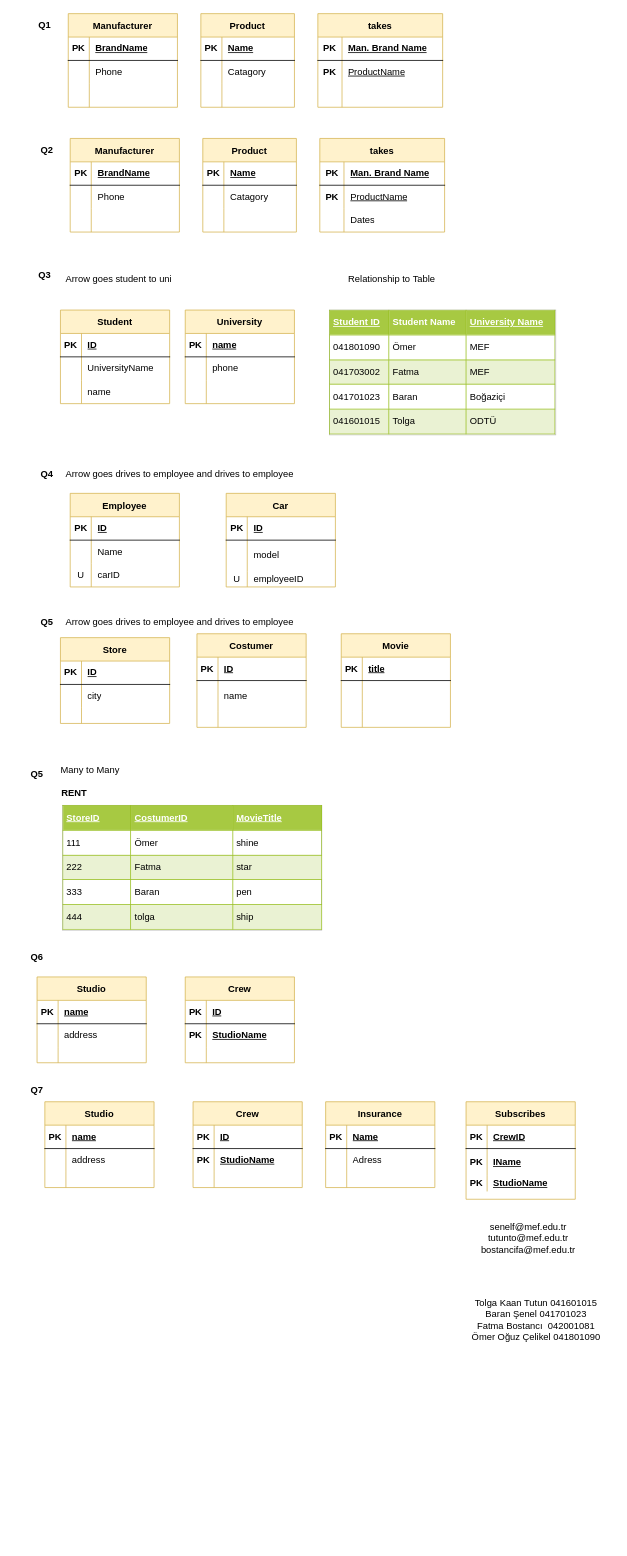
Above: page "Page-3" (3 of 3) of Untitled Diagram.drawio in OguzCelikel/Arduino (draw.io), before the change. Source tidied: cells renumbered, new cells numbered last; positions are measured from the earlier drawing's top-left corner, leaving out a move shared by most shapes. Both pictures are drawn from the tidied source at 78%, with x=0, y=0 at pixel (13, 13).
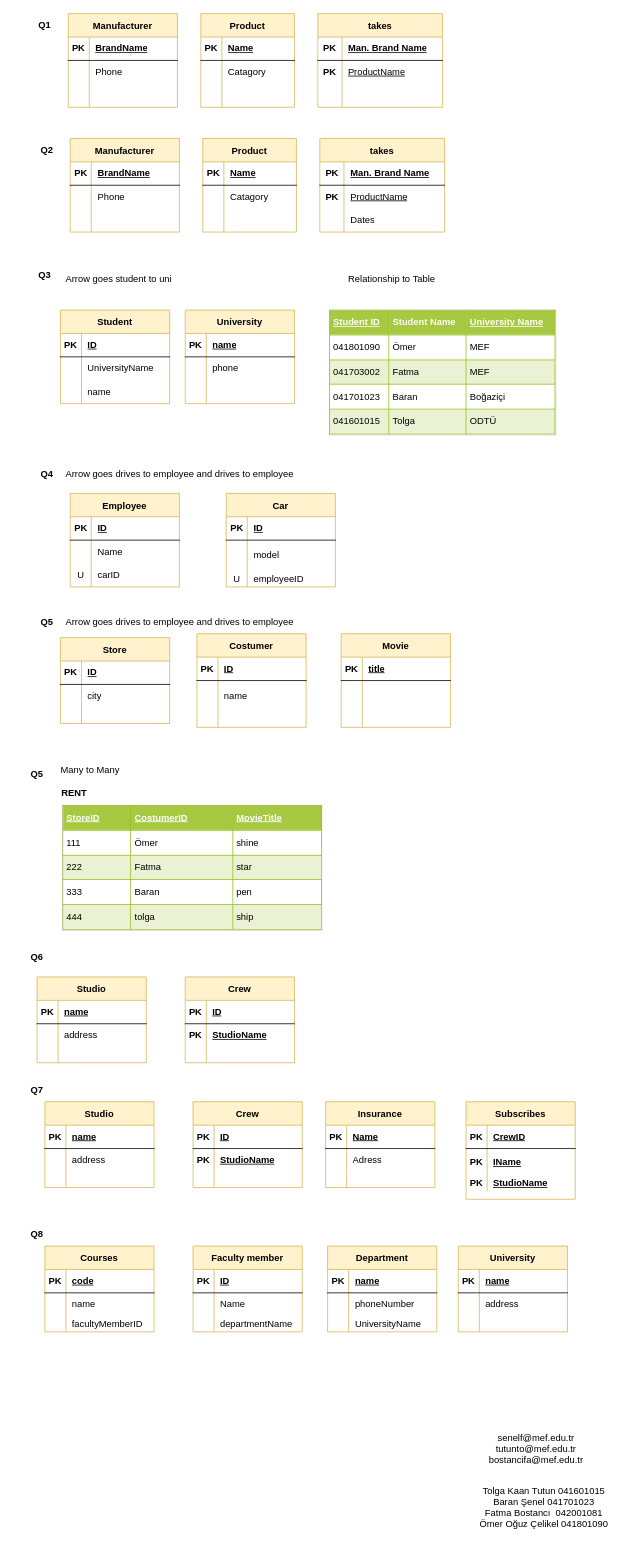
Above is the later version.

The edit, as a diff of the source:
```diff
@@
     <mxCell id="110" value="senelf@mef.edu.tr&lt;br&gt;tutunto@mef.edu.tr&lt;br&gt;bostancifa@mef.edu.tr" style="text;html=1;strokeColor=none;fillColor=none;align=center;verticalAlign=middle;whiteSpace=wrap;rounded=0;" parent="1" vertex="1">
-      <mxGeometry x="570" y="1540" width="180" height="60" as="geometry" />
+      <mxGeometry x="580" y="1810" width="180" height="60" as="geometry" />
     </mxCell>
@@
     <mxCell id="209" value="Tolga Kaan Tutun 041601015&lt;br&gt;Baran Şenel 041701023&lt;br&gt;Fatma Bostancı &amp;nbsp;042001081&lt;br&gt;Ömer Oğuz Çelikel 041801090" style="text;html=1;strokeColor=none;fillColor=none;align=center;verticalAlign=middle;whiteSpace=wrap;rounded=0;" parent="1" vertex="1">
-      <mxGeometry x="580" y="1630" width="180" height="90" as="geometry" />
+      <mxGeometry x="590" y="1870" width="180" height="90" as="geometry" />
     </mxCell>
+    <mxCell id="210" value="&lt;b&gt;Q8&lt;/b&gt;" style="text;html=1;strokeColor=none;fillColor=none;align=center;verticalAlign=middle;whiteSpace=wrap;rounded=0;" parent="1" vertex="1">
+      <mxGeometry y="1550" width="60" height="30" as="geometry" />
+    </mxCell>
+    <mxCell id="211" value="Courses" style="shape=table;startSize=30;childLayout=tableLayout;rowLines=0;fontStyle=1;align=center;fillColor=#fff2cc;strokeColor=#d6b656;" parent="1" vertex="1">
+      <mxGeometry x="40" y="1580" width="140" height="110" as="geometry" />
+    </mxCell>
+    <mxCell id="212" style="shape=partialRectangle;html=1;whiteSpace=wrap;fillColor=none;top=0;left=0;bottom=1;right=0;" parent="211" vertex="1">
+      <mxGeometry y="30" width="140" height="30" as="geometry" />
+    </mxCell>
+    <mxCell id="213" value="&lt;b&gt;PK&lt;/b&gt;" style="shape=partialRectangle;html=1;whiteSpace=wrap;fillColor=none;top=0;left=0;bottom=0;right=0;overflow=hidden;" parent="212" vertex="1">
+      <mxGeometry width="27" height="30" as="geometry" />
+    </mxCell>
+    <mxCell id="214" value="&lt;u&gt;&lt;b&gt;code&lt;/b&gt;&lt;/u&gt;" style="shape=partialRectangle;html=1;whiteSpace=wrap;fillColor=none;top=0;left=0;bottom=0;right=0;align=left;spacingLeft=6;overflow=hidden;" parent="212" vertex="1">
+      <mxGeometry x="27" width="113" height="30" as="geometry" />
+    </mxCell>
+    <mxCell id="215" style="shape=partialRectangle;html=1;whiteSpace=wrap;fillColor=none;top=0;left=0;bottom=0;right=0;" parent="211" vertex="1">
+      <mxGeometry y="60" width="140" height="30" as="geometry" />
+    </mxCell>
+    <mxCell id="216" style="shape=partialRectangle;html=1;whiteSpace=wrap;fillColor=none;top=0;left=0;bottom=0;right=0;overflow=hidden;" parent="215" vertex="1">
+      <mxGeometry width="27" height="30" as="geometry" />
+    </mxCell>
+    <mxCell id="217" value="name" style="shape=partialRectangle;html=1;whiteSpace=wrap;fillColor=none;top=0;left=0;bottom=0;right=0;align=left;spacingLeft=6;overflow=hidden;" parent="215" vertex="1">
+      <mxGeometry x="27" width="113" height="30" as="geometry" />
+    </mxCell>
+    <mxCell id="218" style="shape=partialRectangle;html=1;whiteSpace=wrap;fillColor=none;top=0;left=0;bottom=0;right=0;" parent="211" vertex="1">
+      <mxGeometry y="90" width="140" height="20" as="geometry" />
+    </mxCell>
+    <mxCell id="219" style="shape=partialRectangle;html=1;whiteSpace=wrap;fillColor=none;top=0;left=0;bottom=0;right=0;overflow=hidden;" parent="218" vertex="1">
+      <mxGeometry width="27" height="20" as="geometry" />
+    </mxCell>
+    <mxCell id="220" value="facultyMemberID" style="shape=partialRectangle;html=1;whiteSpace=wrap;fillColor=none;top=0;left=0;bottom=0;right=0;align=left;spacingLeft=6;overflow=hidden;" parent="218" vertex="1">
+      <mxGeometry x="27" width="113" height="20" as="geometry" />
+    </mxCell>
+    <mxCell id="221" value="Faculty member" style="shape=table;startSize=30;childLayout=tableLayout;rowLines=0;fontStyle=1;align=center;fillColor=#fff2cc;strokeColor=#d6b656;" parent="1" vertex="1">
+      <mxGeometry x="230" y="1580" width="140" height="110" as="geometry" />
+    </mxCell>
+    <mxCell id="222" style="shape=partialRectangle;html=1;whiteSpace=wrap;fillColor=none;top=0;left=0;bottom=1;right=0;" parent="221" vertex="1">
+      <mxGeometry y="30" width="140" height="30" as="geometry" />
+    </mxCell>
+    <mxCell id="223" value="&lt;b&gt;PK&lt;/b&gt;" style="shape=partialRectangle;html=1;whiteSpace=wrap;fillColor=none;top=0;left=0;bottom=0;right=0;overflow=hidden;" parent="222" vertex="1">
+      <mxGeometry width="27" height="30" as="geometry" />
+    </mxCell>
+    <mxCell id="224" value="&lt;u&gt;&lt;b&gt;ID&lt;/b&gt;&lt;/u&gt;" style="shape=partialRectangle;html=1;whiteSpace=wrap;fillColor=none;top=0;left=0;bottom=0;right=0;align=left;spacingLeft=6;overflow=hidden;" parent="222" vertex="1">
+      <mxGeometry x="27" width="113" height="30" as="geometry" />
+    </mxCell>
+    <mxCell id="225" style="shape=partialRectangle;html=1;whiteSpace=wrap;fillColor=none;top=0;left=0;bottom=0;right=0;" parent="221" vertex="1">
+      <mxGeometry y="60" width="140" height="30" as="geometry" />
+    </mxCell>
+    <mxCell id="226" style="shape=partialRectangle;html=1;whiteSpace=wrap;fillColor=none;top=0;left=0;bottom=0;right=0;overflow=hidden;" parent="225" vertex="1">
+      <mxGeometry width="27" height="30" as="geometry" />
+    </mxCell>
+    <mxCell id="227" value="Name" style="shape=partialRectangle;html=1;whiteSpace=wrap;fillColor=none;top=0;left=0;bottom=0;right=0;align=left;spacingLeft=6;overflow=hidden;" parent="225" vertex="1">
+      <mxGeometry x="27" width="113" height="30" as="geometry" />
+    </mxCell>
+    <mxCell id="228" style="shape=partialRectangle;html=1;whiteSpace=wrap;fillColor=none;top=0;left=0;bottom=0;right=0;" parent="221" vertex="1">
+      <mxGeometry y="90" width="140" height="20" as="geometry" />
+    </mxCell>
+    <mxCell id="229" style="shape=partialRectangle;html=1;whiteSpace=wrap;fillColor=none;top=0;left=0;bottom=0;right=0;overflow=hidden;" parent="228" vertex="1">
+      <mxGeometry width="27" height="20" as="geometry" />
+    </mxCell>
+    <mxCell id="230" value="departmentName" style="shape=partialRectangle;html=1;whiteSpace=wrap;fillColor=none;top=0;left=0;bottom=0;right=0;align=left;spacingLeft=6;overflow=hidden;" parent="228" vertex="1">
+      <mxGeometry x="27" width="113" height="20" as="geometry" />
+    </mxCell>
+    <mxCell id="231" value="Department" style="shape=table;startSize=30;childLayout=tableLayout;rowLines=0;fontStyle=1;align=center;fillColor=#fff2cc;strokeColor=#d6b656;" parent="1" vertex="1">
+      <mxGeometry x="402.5" y="1580" width="140" height="110" as="geometry" />
+    </mxCell>
+    <mxCell id="232" style="shape=partialRectangle;html=1;whiteSpace=wrap;fillColor=none;top=0;left=0;bottom=1;right=0;" parent="231" vertex="1">
+      <mxGeometry y="30" width="140" height="30" as="geometry" />
+    </mxCell>
+    <mxCell id="233" value="&lt;b&gt;PK&lt;/b&gt;" style="shape=partialRectangle;html=1;whiteSpace=wrap;fillColor=none;top=0;left=0;bottom=0;right=0;overflow=hidden;" parent="232" vertex="1">
+      <mxGeometry width="27" height="30" as="geometry" />
+    </mxCell>
+    <mxCell id="234" value="&lt;u&gt;&lt;b&gt;name&lt;/b&gt;&lt;/u&gt;" style="shape=partialRectangle;html=1;whiteSpace=wrap;fillColor=none;top=0;left=0;bottom=0;right=0;align=left;spacingLeft=6;overflow=hidden;" parent="232" vertex="1">
+      <mxGeometry x="27" width="113" height="30" as="geometry" />
+    </mxCell>
+    <mxCell id="235" style="shape=partialRectangle;html=1;whiteSpace=wrap;fillColor=none;top=0;left=0;bottom=0;right=0;" parent="231" vertex="1">
+      <mxGeometry y="60" width="140" height="30" as="geometry" />
+    </mxCell>
+    <mxCell id="236" style="shape=partialRectangle;html=1;whiteSpace=wrap;fillColor=none;top=0;left=0;bottom=0;right=0;overflow=hidden;" parent="235" vertex="1">
+      <mxGeometry width="27" height="30" as="geometry" />
+    </mxCell>
+    <mxCell id="237" value="phoneNumber" style="shape=partialRectangle;html=1;whiteSpace=wrap;fillColor=none;top=0;left=0;bottom=0;right=0;align=left;spacingLeft=6;overflow=hidden;" parent="235" vertex="1">
+      <mxGeometry x="27" width="113" height="30" as="geometry" />
+    </mxCell>
+    <mxCell id="238" style="shape=partialRectangle;html=1;whiteSpace=wrap;fillColor=none;top=0;left=0;bottom=0;right=0;" parent="231" vertex="1">
+      <mxGeometry y="90" width="140" height="20" as="geometry" />
+    </mxCell>
+    <mxCell id="239" style="shape=partialRectangle;html=1;whiteSpace=wrap;fillColor=none;top=0;left=0;bottom=0;right=0;overflow=hidden;" parent="238" vertex="1">
+      <mxGeometry width="27" height="20" as="geometry" />
+    </mxCell>
+    <mxCell id="240" value="UniversityName" style="shape=partialRectangle;html=1;whiteSpace=wrap;fillColor=none;top=0;left=0;bottom=0;right=0;align=left;spacingLeft=6;overflow=hidden;" parent="238" vertex="1">
+      <mxGeometry x="27" width="113" height="20" as="geometry" />
+    </mxCell>
+    <mxCell id="241" value="University" style="shape=table;startSize=30;childLayout=tableLayout;rowLines=0;fontStyle=1;align=center;fillColor=#fff2cc;strokeColor=#d6b656;" parent="1" vertex="1">
+      <mxGeometry x="570" y="1580" width="140" height="110" as="geometry" />
+    </mxCell>
+    <mxCell id="242" style="shape=partialRectangle;html=1;whiteSpace=wrap;fillColor=none;top=0;left=0;bottom=1;right=0;" parent="241" vertex="1">
+      <mxGeometry y="30" width="140" height="30" as="geometry" />
+    </mxCell>
+    <mxCell id="243" value="&lt;b&gt;PK&lt;/b&gt;" style="shape=partialRectangle;html=1;whiteSpace=wrap;fillColor=none;top=0;left=0;bottom=0;right=0;overflow=hidden;" parent="242" vertex="1">
+      <mxGeometry width="27" height="30" as="geometry" />
+    </mxCell>
+    <mxCell id="244" value="&lt;u&gt;&lt;b&gt;name&lt;/b&gt;&lt;/u&gt;" style="shape=partialRectangle;html=1;whiteSpace=wrap;fillColor=none;top=0;left=0;bottom=0;right=0;align=left;spacingLeft=6;overflow=hidden;" parent="242" vertex="1">
+      <mxGeometry x="27" width="113" height="30" as="geometry" />
+    </mxCell>
+    <mxCell id="245" style="shape=partialRectangle;html=1;whiteSpace=wrap;fillColor=none;top=0;left=0;bottom=0;right=0;" parent="241" vertex="1">
+      <mxGeometry y="60" width="140" height="30" as="geometry" />
+    </mxCell>
+    <mxCell id="246" style="shape=partialRectangle;html=1;whiteSpace=wrap;fillColor=none;top=0;left=0;bottom=0;right=0;overflow=hidden;" parent="245" vertex="1">
+      <mxGeometry width="27" height="30" as="geometry" />
+    </mxCell>
+    <mxCell id="247" value="address" style="shape=partialRectangle;html=1;whiteSpace=wrap;fillColor=none;top=0;left=0;bottom=0;right=0;align=left;spacingLeft=6;overflow=hidden;" parent="245" vertex="1">
+      <mxGeometry x="27" width="113" height="30" as="geometry" />
+    </mxCell>
+    <mxCell id="248" style="shape=partialRectangle;html=1;whiteSpace=wrap;fillColor=none;top=0;left=0;bottom=0;right=0;" parent="241" vertex="1">
+      <mxGeometry y="90" width="140" height="20" as="geometry" />
+    </mxCell>
+    <mxCell id="249" style="shape=partialRectangle;html=1;whiteSpace=wrap;fillColor=none;top=0;left=0;bottom=0;right=0;overflow=hidden;" parent="248" vertex="1">
+      <mxGeometry width="27" height="20" as="geometry" />
+    </mxCell>
+    <mxCell id="250" style="shape=partialRectangle;html=1;whiteSpace=wrap;fillColor=none;top=0;left=0;bottom=0;right=0;align=left;spacingLeft=6;overflow=hidden;" parent="248" vertex="1">
+      <mxGeometry x="27" width="113" height="20" as="geometry" />
+    </mxCell>
```
